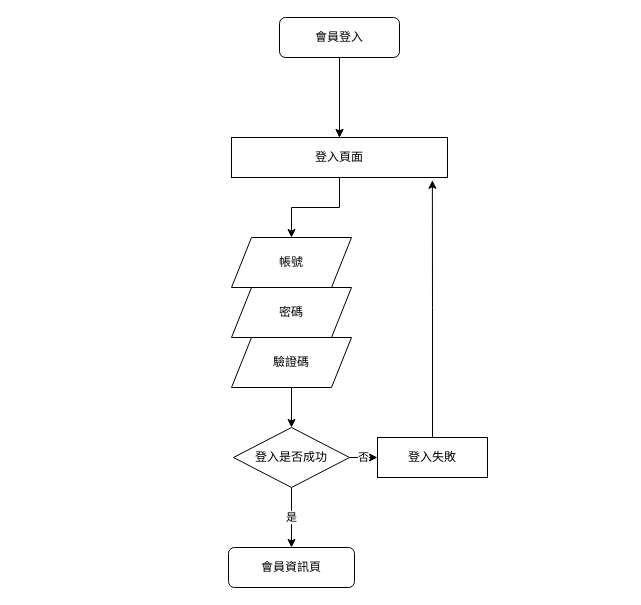
Above: 登入系統.drawio in Josh1216/draw.io_test (draw.io), before the change. Source tidied: cells renumbered, new cells numbered last; positions are measured from the earlier drawing's top-left corner, leaving out a move shared by most shapes. Both pictures are drawn from the tidied source at 100%, with x=0, y=0 at pixel (228, 17).
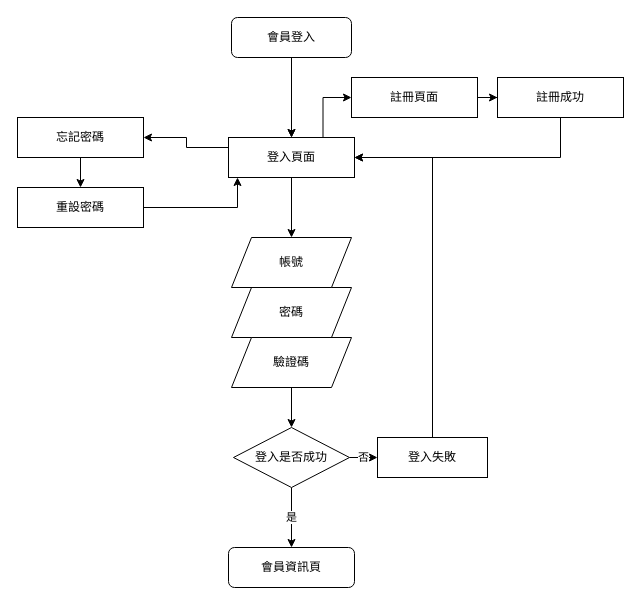
After the change.

Commit message:
更新登入系統.drawio

The change refers to these unchanged cells:
```xml
<mxCell id="14" value="登入失敗" style="rounded=0;whiteSpace=wrap;html=1;" parent="1" vertex="1">
  <mxGeometry x="149" y="420" width="110" height="40" as="geometry" />
</mxCell>
```

What changed in the source:
```diff
@@
     <mxCell id="4" value="會員登入" style="rounded=1;whiteSpace=wrap;html=1;" parent="1" vertex="1">
-      <mxGeometry x="51" width="120" height="40" as="geometry" />
+      <mxGeometry x="3" width="120" height="40" as="geometry" />
     </mxCell>
@@
+    <mxCell id="17" style="edgeStyle=orthogonalEdgeStyle;rounded=0;jettySize=auto;html=1;entryX=1;entryY=0.5;entryDx=0;entryDy=0;" parent="1" edge="1" source="7" target="20">
+      <mxGeometry relative="1" as="geometry">
+        <Array as="points">
+          <mxPoint x="-42" y="130" />
+          <mxPoint x="-42" y="120" />
+        </Array>
+      </mxGeometry>
+    </mxCell>
+    <mxCell id="18" style="edgeStyle=orthogonalEdgeStyle;rounded=0;jettySize=auto;html=1;exitX=0.75;exitY=0;exitDx=0;exitDy=0;entryX=0;entryY=0.5;entryDx=0;entryDy=0;" parent="1" edge="1" source="7" target="24">
+      <mxGeometry relative="1" as="geometry" />
+    </mxCell>
     <mxCell id="7" value="登入頁面" style="rounded=0;whiteSpace=wrap;html=1;" parent="1" vertex="1">
-      <mxGeometry x="3" y="120" width="216" height="40" as="geometry" />
+      <mxGeometry y="120" width="126" height="40" as="geometry" />
     </mxCell>
@@
-    <mxCell id="13" style="edgeStyle=orthogonalEdgeStyle;rounded=0;jettySize=auto;html=1;entryX=0.93;entryY=1.07;entryDx=0;entryDy=0;entryPerimeter=0;" parent="1" edge="1" source="14" target="7">
-      <mxGeometry relative="1" as="geometry" />
+    <mxCell id="13" style="edgeStyle=orthogonalEdgeStyle;rounded=0;jettySize=auto;html=1;entryX=1;entryY=0.5;entryDx=0;entryDy=0;" parent="1" edge="1" source="14" target="7">
+      <mxGeometry relative="1" as="geometry">
+        <Array as="points">
+          <mxPoint x="204" y="140" />
+        </Array>
+      </mxGeometry>
     </mxCell>
@@
+    <mxCell id="19" style="edgeStyle=orthogonalEdgeStyle;rounded=0;jettySize=auto;html=1;" parent="1" edge="1" source="20" target="22">
+      <mxGeometry relative="1" as="geometry" />
+    </mxCell>
+    <mxCell id="20" value="忘記密碼" style="rounded=0;whiteSpace=wrap;html=1;" parent="1" vertex="1">
+      <mxGeometry x="-211" y="100" width="126" height="40" as="geometry" />
+    </mxCell>
+    <mxCell id="21" style="edgeStyle=orthogonalEdgeStyle;rounded=0;jettySize=auto;html=1;" parent="1" edge="1" source="22" target="7">
+      <mxGeometry relative="1" as="geometry">
+        <Array as="points">
+          <mxPoint x="9" y="190" />
+        </Array>
+      </mxGeometry>
+    </mxCell>
+    <mxCell id="22" value="重設密碼" style="rounded=0;whiteSpace=wrap;html=1;" parent="1" vertex="1">
+      <mxGeometry x="-211" y="170" width="126" height="40" as="geometry" />
+    </mxCell>
+    <mxCell id="23" style="edgeStyle=orthogonalEdgeStyle;rounded=0;jettySize=auto;html=1;" parent="1" edge="1" source="24" target="26">
+      <mxGeometry relative="1" as="geometry" />
+    </mxCell>
+    <mxCell id="24" value="註冊頁面" style="rounded=0;whiteSpace=wrap;html=1;" parent="1" vertex="1">
+      <mxGeometry x="123" y="60" width="126" height="40" as="geometry" />
+    </mxCell>
+    <mxCell id="25" style="edgeStyle=orthogonalEdgeStyle;rounded=0;jettySize=auto;html=1;entryX=1;entryY=0.5;entryDx=0;entryDy=0;" parent="1" edge="1" source="26" target="7">
+      <mxGeometry relative="1" as="geometry">
+        <Array as="points">
+          <mxPoint x="332" y="140" />
+        </Array>
+      </mxGeometry>
+    </mxCell>
+    <mxCell id="26" value="註冊成功" style="rounded=0;whiteSpace=wrap;html=1;" parent="1" vertex="1">
+      <mxGeometry x="269" y="60" width="126" height="40" as="geometry" />
+    </mxCell>
```
